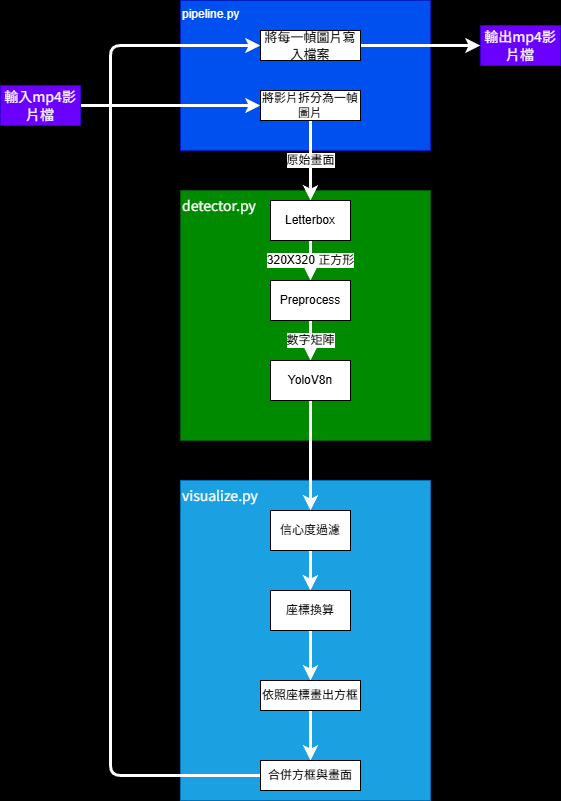
This is 1/img/流程圖.png from gordonpow/-Embedded-image-processing, a draw.io export, as it was before one commit. Source tidied: cells renumbered, new cells last; positions are measured from the earlier drawing's top-left corner, leaving out a move shared by most shapes.
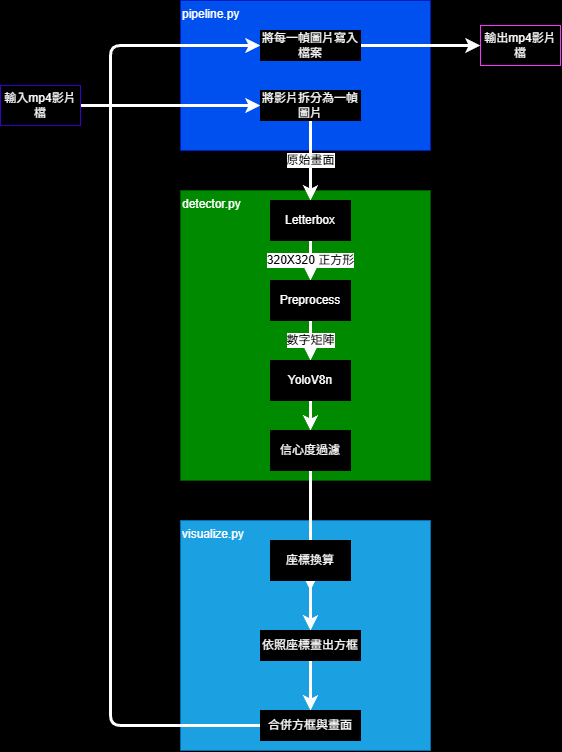
The same file after the commit.

Diff of the diagram source:
```diff
@@ -1,88 +1,88 @@
-<mxGraphModel background="#000000">
+<mxGraphModel background="light-dark(#000000,#000000)">
   <root>
     <mxCell id="0" />
     <mxCell id="1" parent="0" />
-    <mxCell id="2" value="pipeline.py" style="whiteSpace=wrap;html=1;fillColor=#0050ef;fontColor=#ffffff;strokeColor=#001DBC;verticalAlign=top;align=left;" parent="1" vertex="1">
+    <mxCell id="2" value="pipeline.py" style="whiteSpace=wrap;fillColor=#0050ef;fontColor=light-dark(#FFFFFF,#FFFFFF);strokeColor=#001DBC;verticalAlign=top;align=left;html=1;" parent="1" vertex="1">
       <mxGeometry x="180" width="250" height="150" as="geometry" />
     </mxCell>
-    <mxCell id="3" value="&lt;span style=&quot;color: rgb(255, 255, 255); font-family: &amp;quot;Noto Sans TC&amp;quot;, sans-serif; font-size: 14px; font-style: normal; font-variant-ligatures: normal; font-variant-caps: normal; font-weight: 400; letter-spacing: normal; orphans: 2; text-indent: 0px; text-transform: none; widows: 2; word-spacing: 0px; -webkit-text-stroke-width: 0px; text-decoration-thickness: initial; text-decoration-style: initial; text-decoration-color: initial; float: none; display: inline !important;&quot;&gt;detector.py&lt;/span&gt;" style="whiteSpace=wrap;html=1;verticalAlign=top;align=left;fillColor=#008a00;fontColor=#ffffff;strokeColor=#005700;labelBackgroundColor=none;" parent="1" vertex="1">
-      <mxGeometry x="180" y="190" width="250" height="250" as="geometry" />
+    <mxCell id="3" value="detector.py" style="whiteSpace=wrap;verticalAlign=top;align=left;fillColor=#008a00;fontColor=light-dark(#FFFFFF,#FFFFFF);strokeColor=#005700;labelBackgroundColor=none;html=1;" parent="1" vertex="1">
+      <mxGeometry x="180" y="190" width="250" height="290" as="geometry" />
     </mxCell>
-    <mxCell id="4" value="&lt;span style=&quot;color: rgb(255, 255, 255); font-family: &amp;quot;Noto Sans TC&amp;quot;, sans-serif; font-size: 14px; font-style: normal; font-variant-ligatures: normal; font-variant-caps: normal; font-weight: 400; letter-spacing: normal; orphans: 2; text-indent: 0px; text-transform: none; widows: 2; word-spacing: 0px; -webkit-text-stroke-width: 0px; text-decoration-thickness: initial; text-decoration-style: initial; text-decoration-color: initial; float: none; display: inline !important;&quot;&gt;&lt;span style=&quot;&quot;&gt;visualize&lt;/span&gt;.py&lt;/span&gt;" style="whiteSpace=wrap;html=1;align=left;verticalAlign=top;fillColor=#1ba1e2;fontColor=#ffffff;strokeColor=#006EAF;labelBackgroundColor=none;" parent="1" vertex="1">
-      <mxGeometry x="180" y="480" width="250" height="320" as="geometry" />
+    <mxCell id="4" value="visualize.py" style="whiteSpace=wrap;align=left;verticalAlign=top;fillColor=#1ba1e2;fontColor=light-dark(#FFFFFF,#FFFFFF);strokeColor=#006EAF;labelBackgroundColor=none;html=1;" parent="1" vertex="1">
+      <mxGeometry x="180" y="520" width="250" height="230" as="geometry" />
     </mxCell>
-    <mxCell id="5" value="&lt;font face=&quot;Noto Sans TC, sans-serif&quot; color=&quot;#ffffff&quot;&gt;&lt;span style=&quot;font-size: 14px;&quot;&gt;輸出mp4影片檔&lt;/span&gt;&lt;/font&gt;" style="whiteSpace=wrap;html=1;fillColor=#6a00ff;fontColor=#ffffff;strokeColor=#3700CC;labelBorderColor=none;labelBackgroundColor=none;" parent="1" vertex="1">
+    <mxCell id="5" value="輸出mp4影片檔" style="fillColor=light-dark(#000000,#000000);fontColor=light-dark(#FFFFFF,#FFFFFF);strokeColor=light-dark(#FF33FF,#FF33FF);labelBorderColor=none;labelBackgroundColor=none;fillStyle=auto;html=1;whiteSpace=wrap;gradientColor=none;" parent="1" vertex="1">
       <mxGeometry x="480" y="25" width="80" height="40" as="geometry" />
     </mxCell>
-    <mxCell id="6" value="320X320 正方形" style="edgeStyle=none;html=1;exitX=0.5;exitY=1;exitDx=0;exitDy=0;fontSize=12;strokeWidth=3;strokeColor=#FFFFFF;" parent="1" edge="1" source="7">
+    <mxCell id="6" value="320X320 正方形" style="edgeStyle=none;html=1;exitX=0.5;exitY=1;exitDx=0;exitDy=0;fontSize=12;strokeWidth=3;strokeColor=light-dark(#FFFFFF,#FFFFFF);" parent="1" edge="1" source="7">
       <mxGeometry relative="1" as="geometry">
         <mxPoint x="310" y="280" as="targetPoint" />
       </mxGeometry>
     </mxCell>
-    <mxCell id="7" value="Letterbox" style="whiteSpace=wrap;html=1;" parent="1" vertex="1">
+    <mxCell id="7" value="Letterbox" style="whiteSpace=wrap;html=1;fontColor=light-dark(#FFFFFF,#FFFFFF);fillColor=light-dark(#000000,#000000);fillStyle=solid;" parent="1" vertex="1">
       <mxGeometry x="270" y="200" width="80" height="40" as="geometry" />
     </mxCell>
-    <mxCell id="8" value="數字矩陣" style="edgeStyle=none;html=1;exitX=0.5;exitY=1;exitDx=0;exitDy=0;fontSize=12;strokeWidth=3;strokeColor=#FFFFFF;" parent="1" edge="1" source="9">
+    <mxCell id="8" value="數字矩陣" style="edgeStyle=none;html=1;exitX=0.5;exitY=1;exitDx=0;exitDy=0;fontSize=12;strokeWidth=3;strokeColor=light-dark(#FFFFFF,#FFFFFF);" parent="1" edge="1" source="9">
       <mxGeometry relative="1" as="geometry">
         <mxPoint x="310" y="360" as="targetPoint" />
       </mxGeometry>
     </mxCell>
-    <mxCell id="9" value="Preprocess" style="whiteSpace=wrap;html=1;" parent="1" vertex="1">
+    <mxCell id="9" value="Preprocess" style="whiteSpace=wrap;html=1;fontColor=light-dark(#FFFFFF,#FFFFFF);fillColor=light-dark(#000000,#000000);fillStyle=solid;" parent="1" vertex="1">
       <mxGeometry x="270" y="280" width="80" height="40" as="geometry" />
     </mxCell>
-    <mxCell id="10" style="edgeStyle=none;html=1;exitX=0.5;exitY=1;exitDx=0;exitDy=0;entryX=0.5;entryY=0;entryDx=0;entryDy=0;fontSize=12;strokeWidth=3;strokeColor=#FFFFFF;" parent="1" edge="1" source="11" target="13">
+    <mxCell id="10" style="edgeStyle=none;html=1;exitX=0.5;exitY=1;exitDx=0;exitDy=0;entryX=0.5;entryY=0;entryDx=0;entryDy=0;fontSize=12;strokeWidth=3;strokeColor=light-dark(#FFFFFF,#FFFFFF);" parent="1" edge="1" source="11" target="13">
       <mxGeometry relative="1" as="geometry" />
     </mxCell>
-    <mxCell id="11" value="YoloV8n" style="whiteSpace=wrap;html=1;" parent="1" vertex="1">
+    <mxCell id="11" value="YoloV8n" style="whiteSpace=wrap;html=1;fontColor=light-dark(#FFFFFF,#FFFFFF);fillColor=light-dark(#000000,#000000);fillStyle=solid;" parent="1" vertex="1">
       <mxGeometry x="270" y="360" width="80" height="40" as="geometry" />
     </mxCell>
-    <mxCell id="12" style="edgeStyle=none;html=1;exitX=0.5;exitY=1;exitDx=0;exitDy=0;fontSize=12;strokeWidth=3;strokeColor=#FFFFFF;" parent="1" edge="1" source="13">
+    <mxCell id="12" style="edgeStyle=none;html=1;exitX=0.5;exitY=1;exitDx=0;exitDy=0;fontSize=12;strokeWidth=3;strokeColor=light-dark(#FFFFFF,#FFFFFF);" parent="1" edge="1" source="13">
       <mxGeometry relative="1" as="geometry">
         <mxPoint x="309.9" y="590" as="targetPoint" />
       </mxGeometry>
     </mxCell>
-    <mxCell id="13" value="信心度過濾" style="whiteSpace=wrap;html=1;" parent="1" vertex="1">
-      <mxGeometry x="270" y="510" width="80" height="40" as="geometry" />
+    <mxCell id="13" value="信心度過濾" style="whiteSpace=wrap;html=1;fontColor=light-dark(#FFFFFF,#FFFFFF);fillColor=light-dark(#000000,#000000);fillStyle=solid;" parent="1" vertex="1">
+      <mxGeometry x="270" y="430" width="80" height="40" as="geometry" />
     </mxCell>
-    <mxCell id="14" style="edgeStyle=none;html=1;exitX=0.5;exitY=1;exitDx=0;exitDy=0;entryX=0.5;entryY=0;entryDx=0;entryDy=0;strokeColor=#FFFFFF;strokeWidth=3;fontSize=12;" parent="1" edge="1" source="15" target="18">
+    <mxCell id="14" style="edgeStyle=none;html=1;exitX=0.5;exitY=1;exitDx=0;exitDy=0;entryX=0.5;entryY=0;entryDx=0;entryDy=0;strokeColor=light-dark(#FFFFFF,#FFFFFF);strokeWidth=3;fontSize=12;" parent="1" edge="1" source="15" target="18">
       <mxGeometry relative="1" as="geometry" />
     </mxCell>
-    <mxCell id="15" value="座標換算" style="whiteSpace=wrap;html=1;" parent="1" vertex="1">
-      <mxGeometry x="270" y="590" width="80" height="40" as="geometry" />
+    <mxCell id="15" value="座標換算" style="whiteSpace=wrap;html=1;fontColor=light-dark(#FFFFFF,#FFFFFF);fillColor=light-dark(#000000,#000000);fillStyle=solid;" parent="1" vertex="1">
+      <mxGeometry x="270" y="540" width="80" height="40" as="geometry" />
     </mxCell>
-    <mxCell id="16" value="原始畫面" style="edgeStyle=none;html=1;entryX=0.5;entryY=0;entryDx=0;entryDy=0;horizontal=1;fontSize=12;strokeWidth=3;strokeColor=#FFFFFF;exitX=0.5;exitY=1;exitDx=0;exitDy=0;" parent="1" edge="1" source="23" target="7">
+    <mxCell id="16" value="原始畫面" style="edgeStyle=none;html=1;entryX=0.5;entryY=0;entryDx=0;entryDy=0;horizontal=1;fontSize=12;strokeWidth=3;strokeColor=light-dark(#FFFFFF,#FFFFFF);exitX=0.5;exitY=1;exitDx=0;exitDy=0;" parent="1" edge="1" source="23" target="7">
       <mxGeometry relative="1" as="geometry" />
     </mxCell>
-    <mxCell id="17" style="edgeStyle=none;html=1;exitX=0.5;exitY=1;exitDx=0;exitDy=0;entryX=0.5;entryY=0;entryDx=0;entryDy=0;strokeColor=#FFFFFF;strokeWidth=3;fontSize=12;" parent="1" edge="1" source="18" target="20">
+    <mxCell id="17" style="edgeStyle=none;html=1;exitX=0.5;exitY=1;exitDx=0;exitDy=0;entryX=0.5;entryY=0;entryDx=0;entryDy=0;strokeColor=light-dark(#FFFFFF,#FFFFFF);strokeWidth=3;fontSize=12;" parent="1" edge="1" source="18" target="20">
       <mxGeometry relative="1" as="geometry" />
     </mxCell>
-    <mxCell id="18" value="依照座標畫出方框" style="whiteSpace=wrap;html=1;labelBackgroundColor=none;labelBorderColor=none;fontSize=12;" parent="1" vertex="1">
-      <mxGeometry x="260" y="680" width="100" height="30" as="geometry" />
+    <mxCell id="18" value="依照座標畫出方框" style="whiteSpace=wrap;labelBackgroundColor=none;labelBorderColor=none;fontSize=12;html=1;fontColor=light-dark(#FFFFFF,#FFFFFF);fillColor=light-dark(#000000,#000000);fillStyle=solid;" parent="1" vertex="1">
+      <mxGeometry x="260" y="630" width="100" height="30" as="geometry" />
     </mxCell>
-    <mxCell id="19" style="edgeStyle=none;html=1;exitX=0;exitY=0.5;exitDx=0;exitDy=0;strokeColor=#FFFFFF;strokeWidth=3;fontSize=12;entryX=0;entryY=0.5;entryDx=0;entryDy=0;" parent="1" edge="1" source="20" target="25">
+    <mxCell id="19" style="edgeStyle=none;html=1;exitX=0;exitY=0.5;exitDx=0;exitDy=0;strokeColor=light-dark(#FFFFFF,#FFFFFF);strokeWidth=3;fontSize=12;entryX=0;entryY=0.5;entryDx=0;entryDy=0;" parent="1" edge="1" source="20" target="25">
       <mxGeometry relative="1" as="geometry">
         <Array as="points">
-          <mxPoint x="110" y="775" />
+          <mxPoint x="110" y="725" />
           <mxPoint x="110" y="45" />
         </Array>
       </mxGeometry>
     </mxCell>
-    <mxCell id="20" value="合併方框與畫面" style="whiteSpace=wrap;html=1;labelBackgroundColor=none;labelBorderColor=none;fontSize=12;" parent="1" vertex="1">
-      <mxGeometry x="260" y="760" width="100" height="30" as="geometry" />
+    <mxCell id="20" value="合併方框與畫面" style="whiteSpace=wrap;labelBackgroundColor=none;labelBorderColor=none;fontSize=12;html=1;fontColor=light-dark(#FFFFFF,#FFFFFF);fillColor=light-dark(#000000,#000000);fillStyle=solid;" parent="1" vertex="1">
+      <mxGeometry x="260" y="710" width="100" height="30" as="geometry" />
     </mxCell>
-    <mxCell id="21" style="edgeStyle=none;html=1;exitX=1;exitY=0.5;exitDx=0;exitDy=0;entryX=0;entryY=0.5;entryDx=0;entryDy=0;strokeColor=#FFFFFF;strokeWidth=3;fontSize=12;" parent="1" edge="1" source="22" target="23">
+    <mxCell id="21" style="edgeStyle=none;html=1;exitX=1;exitY=0.5;exitDx=0;exitDy=0;entryX=0;entryY=0.5;entryDx=0;entryDy=0;strokeColor=light-dark(#FFFFFF,#FFFFFF);strokeWidth=3;fontSize=12;" parent="1" edge="1" source="22" target="23">
       <mxGeometry relative="1" as="geometry" />
     </mxCell>
-    <mxCell id="22" value="&lt;font face=&quot;Noto Sans TC, sans-serif&quot; color=&quot;#ffffff&quot;&gt;&lt;span style=&quot;font-size: 14px;&quot;&gt;輸入mp4影片檔&lt;/span&gt;&lt;/font&gt;" style="whiteSpace=wrap;html=1;fillColor=#6a00ff;fontColor=#ffffff;strokeColor=#3700CC;labelBorderColor=none;labelBackgroundColor=none;" parent="1" vertex="1">
+    <mxCell id="22" value="輸入mp4影片檔" style="whiteSpace=wrap;fillColor=light-dark(#000000,#000000);fontColor=light-dark(#FFFFFF,#FFFFFF);strokeColor=#3700CC;labelBorderColor=none;labelBackgroundColor=none;html=1;fillStyle=auto;" parent="1" vertex="1">
       <mxGeometry y="85" width="80" height="40" as="geometry" />
     </mxCell>
-    <mxCell id="23" value="將影片拆分為一幀圖片" style="whiteSpace=wrap;html=1;labelBackgroundColor=none;labelBorderColor=none;fontSize=12;" parent="1" vertex="1">
+    <mxCell id="23" value="將影片拆分為一幀圖片" style="whiteSpace=wrap;labelBackgroundColor=none;labelBorderColor=none;fontSize=12;html=1;fontColor=light-dark(#FFFFFF,#FFFFFF);fillColor=light-dark(#000000,#000000);fillStyle=solid;" parent="1" vertex="1">
       <mxGeometry x="260" y="90" width="100" height="30" as="geometry" />
     </mxCell>
-    <mxCell id="24" style="edgeStyle=none;html=1;exitX=1;exitY=0.5;exitDx=0;exitDy=0;entryX=0;entryY=0.5;entryDx=0;entryDy=0;strokeColor=#FFFFFF;strokeWidth=3;fontSize=12;fontColor=default;" parent="1" edge="1" source="25" target="5">
+    <mxCell id="24" style="edgeStyle=none;html=1;exitX=1;exitY=0.5;exitDx=0;exitDy=0;entryX=0;entryY=0.5;entryDx=0;entryDy=0;strokeColor=light-dark(#FFFFFF,#FFFFFF);strokeWidth=3;fontSize=12;fontColor=default;" parent="1" edge="1" source="25" target="5">
       <mxGeometry relative="1" as="geometry" />
     </mxCell>
-    <mxCell id="25" value="&lt;span style=&quot;--tw-border-spacing-x: 0; --tw-border-spacing-y: 0; --tw-translate-x: 0; --tw-translate-y: 0; --tw-rotate: 0; --tw-skew-x: 0; --tw-skew-y: 0; --tw-scale-x: 1; --tw-scale-y: 1; --tw-pan-x: ; --tw-pan-y: ; --tw-pinch-zoom: ; --tw-scroll-snap-strictness: proximity; --tw-gradient-from-position: ; --tw-gradient-via-position: ; --tw-gradient-to-position: ; --tw-ordinal: ; --tw-slashed-zero: ; --tw-numeric-figure: ; --tw-numeric-spacing: ; --tw-numeric-fraction: ; --tw-ring-inset: ; --tw-ring-offset-width: 0px; --tw-ring-offset-color: #fff; --tw-ring-color: rgb(67 128 180 / .5); --tw-ring-offset-shadow: 0 0 #0000; --tw-ring-shadow: 0 0 #0000; --tw-shadow: 0 0 #0000; --tw-shadow-colored: 0 0 #0000; --tw-blur: ; --tw-brightness: ; --tw-contrast: ; --tw-grayscale: ; --tw-hue-rotate: ; --tw-invert: ; --tw-saturate: ; --tw-sepia: ; --tw-drop-shadow: ; --tw-backdrop-blur: ; --tw-backdrop-brightness: ; --tw-backdrop-contrast: ; --tw-backdrop-grayscale: ; --tw-backdrop-hue-rotate: ; --tw-backdrop-invert: ; --tw-backdrop-opacity: ; --tw-backdrop-saturate: ; --tw-backdrop-sepia: ; --tw-contain-size: ; --tw-contain-layout: ; --tw-contain-paint: ; --tw-contain-style: ; box-sizing: border-box; border-width: 0px; border-style: solid; border-color: rgb(229, 231, 235); font-family: &amp;quot;Segoe WPC&amp;quot;, &amp;quot;Segoe UI&amp;quot;, sans-serif; font-size: 13.008px; text-align: start;&quot;&gt;將每一幀圖片寫入檔案&lt;/span&gt;" style="whiteSpace=wrap;html=1;labelBackgroundColor=none;labelBorderColor=none;fontSize=12;fontColor=default;" parent="1" vertex="1">
+    <mxCell id="25" value="將每一幀圖片寫入檔案" style="whiteSpace=wrap;labelBackgroundColor=none;labelBorderColor=none;fontSize=12;fontColor=light-dark(#FFFFFF,#FFFFFF);fillColor=light-dark(#000000,#000000);fillStyle=solid;html=1;" parent="1" vertex="1">
       <mxGeometry x="260" y="30" width="100" height="30" as="geometry" />
     </mxCell>
   </root>
```
